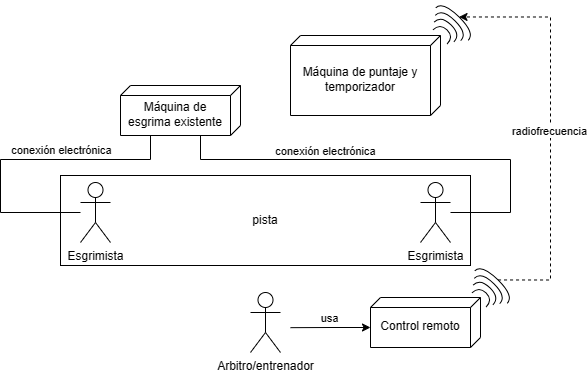
The draw.io diagram Design/Machine/representacion-maquina.png in Diego-Hiriart/Capstone_Hiriart-Corales-Samaniego, before a commit. Source tidied: cells renumbered, new cells last; positions are measured from the earlier drawing's top-left corner, leaving out a move shared by most shapes. Source of this version:
```xml
<mxGraphModel>
  <root>
    <mxCell id="0" />
    <mxCell id="1" parent="0" />
    <mxCell id="2" value="pista" style="rounded=0;whiteSpace=wrap;html=1;" parent="1" vertex="1">
      <mxGeometry x="60" y="178" width="410" height="90" as="geometry" />
    </mxCell>
    <mxCell id="3" value="Esgrimista" style="shape=umlActor;verticalLabelPosition=bottom;verticalAlign=top;html=1;" parent="1" vertex="1">
      <mxGeometry x="80" y="185" width="30" height="60" as="geometry" />
    </mxCell>
    <mxCell id="4" value="Esgrimista" style="shape=umlActor;verticalLabelPosition=bottom;verticalAlign=top;html=1;" parent="1" vertex="1">
      <mxGeometry x="420" y="185" width="30" height="60" as="geometry" />
    </mxCell>
    <mxCell id="5" value="Arbitro/entrenador" style="shape=umlActor;verticalLabelPosition=bottom;verticalAlign=top;html=1;" parent="1" vertex="1">
      <mxGeometry x="250" y="295" width="30" height="60" as="geometry" />
    </mxCell>
    <mxCell id="6" value="Máquina de puntaje y temporizador" style="verticalAlign=middle;align=center;spacingTop=8;spacingLeft=2;spacingRight=12;shape=cube;size=10;direction=south;fontStyle=0;html=1;whiteSpace=wrap;" parent="1" vertex="1">
      <mxGeometry x="290" y="38" width="150" height="80" as="geometry" />
    </mxCell>
    <mxCell id="7" style="edgeStyle=orthogonalEdgeStyle;rounded=0;jettySize=auto;html=1;exitX=0;exitY=0;exitDx=30;exitDy=110;exitPerimeter=0;startArrow=classic;startFill=1;endArrow=none;endFill=0;" parent="1" edge="1" source="9">
      <mxGeometry relative="1" as="geometry">
        <mxPoint x="290" y="330.2" as="targetPoint" />
      </mxGeometry>
    </mxCell>
    <mxCell id="8" value="usa" style="edgeLabel;html=1;align=center;verticalAlign=middle;" parent="7" vertex="1">
      <mxGeometry x="0.05" y="1" relative="1" as="geometry">
        <mxPoint y="-11" as="offset" />
      </mxGeometry>
    </mxCell>
    <mxCell id="9" value="Control remoto" style="verticalAlign=middle;align=center;spacingTop=8;spacingLeft=2;spacingRight=12;shape=cube;size=10;direction=south;fontStyle=0;html=1;whiteSpace=wrap;" parent="1" vertex="1">
      <mxGeometry x="370" y="300" width="110" height="50" as="geometry" />
    </mxCell>
    <mxCell id="10" style="edgeStyle=orthogonalEdgeStyle;rounded=0;jettySize=auto;html=1;exitX=0;exitY=0;exitDx=50;exitDy=65;exitPerimeter=0;endArrow=none;endFill=0;" parent="1" edge="1" source="14">
      <mxGeometry relative="1" as="geometry">
        <mxPoint x="450" y="215" as="targetPoint" />
        <Array as="points">
          <mxPoint x="200" y="138" />
          <mxPoint x="200" y="162" />
          <mxPoint x="510" y="162" />
          <mxPoint x="510" y="215" />
        </Array>
      </mxGeometry>
    </mxCell>
    <mxCell id="11" value="conexión electrónica" style="edgeLabel;html=1;align=center;verticalAlign=middle;" parent="10" vertex="1">
      <mxGeometry x="-0.27" relative="1" as="geometry">
        <mxPoint y="-8" as="offset" />
      </mxGeometry>
    </mxCell>
    <mxCell id="12" style="edgeStyle=orthogonalEdgeStyle;rounded=0;jettySize=auto;html=1;exitX=0;exitY=0;exitDx=50;exitDy=65;exitPerimeter=0;endArrow=none;endFill=0;" parent="1" edge="1" source="14">
      <mxGeometry relative="1" as="geometry">
        <mxPoint x="80" y="215" as="targetPoint" />
        <Array as="points">
          <mxPoint x="150" y="138" />
          <mxPoint x="150" y="162" />
          <mxPoint y="162" />
          <mxPoint y="215" />
        </Array>
      </mxGeometry>
    </mxCell>
    <mxCell id="13" value="conexión electrónica" style="edgeLabel;html=1;align=center;verticalAlign=middle;" parent="12" vertex="1">
      <mxGeometry x="0.1" y="-1" relative="1" as="geometry">
        <mxPoint x="44" y="-8" as="offset" />
      </mxGeometry>
    </mxCell>
    <mxCell id="14" value="Máquina de esgrima existente" style="verticalAlign=middle;align=center;spacingTop=8;spacingLeft=2;spacingRight=12;shape=cube;size=10;direction=south;fontStyle=0;html=1;whiteSpace=wrap;" parent="1" vertex="1">
      <mxGeometry x="120" y="88" width="120" height="50" as="geometry" />
    </mxCell>
    <mxCell id="15" style="group;rotation=45;" parent="1" vertex="1">
      <mxGeometry x="465" y="279" width="46" height="27" as="geometry" />
    </mxCell>
    <mxCell id="16" style="shape=requiredInterface;html=1;verticalLabelPosition=bottom;sketch=0;rotation=-45;" parent="15" vertex="1">
      <mxGeometry x="12" y="10" width="10" height="20" as="geometry" />
    </mxCell>
    <mxCell id="17" style="shape=requiredInterface;html=1;verticalLabelPosition=bottom;sketch=0;rotation=-45;" parent="15" vertex="1">
      <mxGeometry x="16" y="1" width="10" height="28" as="geometry" />
    </mxCell>
    <mxCell id="18" style="shape=requiredInterface;html=1;verticalLabelPosition=bottom;sketch=0;rotation=-45;" parent="15" vertex="1">
      <mxGeometry x="20" y="-7" width="10" height="36" as="geometry" />
    </mxCell>
    <mxCell id="19" style="shape=requiredInterface;html=1;verticalLabelPosition=bottom;sketch=0;rotation=-45;" parent="15" vertex="1">
      <mxGeometry x="24" y="-16" width="10" height="46" as="geometry" />
    </mxCell>
    <mxCell id="20" style="group;rotation=45;" parent="1" vertex="1">
      <mxGeometry x="426" y="16" width="46" height="27" as="geometry" />
    </mxCell>
    <mxCell id="21" style="shape=requiredInterface;html=1;verticalLabelPosition=bottom;sketch=0;rotation=-45;" parent="20" vertex="1">
      <mxGeometry x="12" y="10" width="10" height="20" as="geometry" />
    </mxCell>
    <mxCell id="22" style="shape=requiredInterface;html=1;verticalLabelPosition=bottom;sketch=0;rotation=-45;" parent="20" vertex="1">
      <mxGeometry x="16" y="1" width="10" height="28" as="geometry" />
    </mxCell>
    <mxCell id="23" style="shape=requiredInterface;html=1;verticalLabelPosition=bottom;sketch=0;rotation=-45;" parent="20" vertex="1">
      <mxGeometry x="20" y="-7" width="10" height="36" as="geometry" />
    </mxCell>
    <mxCell id="24" style="shape=requiredInterface;html=1;verticalLabelPosition=bottom;sketch=0;rotation=-45;" parent="20" vertex="1">
      <mxGeometry x="24" y="-16" width="10" height="46" as="geometry" />
    </mxCell>
    <mxCell id="25" style="edgeStyle=orthogonalEdgeStyle;rounded=0;jettySize=auto;html=1;exitX=1;exitY=0.5;exitDx=0;exitDy=0;exitPerimeter=0;entryX=1;entryY=0.5;entryDx=0;entryDy=0;entryPerimeter=0;dashed=1;" parent="1" edge="1" source="19" target="24">
      <mxGeometry relative="1" as="geometry">
        <Array as="points">
          <mxPoint x="550" y="283" />
          <mxPoint x="550" y="20" />
        </Array>
      </mxGeometry>
    </mxCell>
    <mxCell id="26" value="radiofrecuencia" style="edgeLabel;html=1;align=center;verticalAlign=middle;" parent="25" vertex="1">
      <mxGeometry x="-0.01" y="1" relative="1" as="geometry" />
    </mxCell>
  </root>
</mxGraphModel>
```
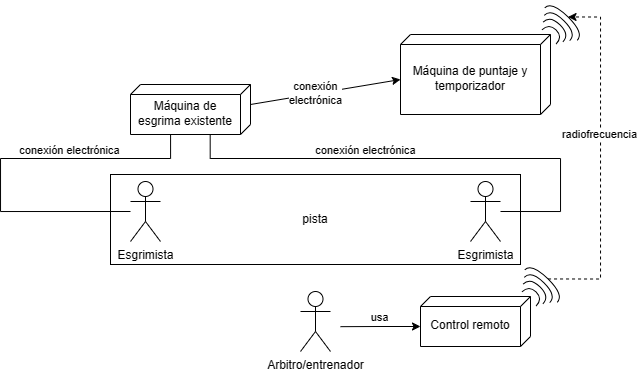
Later version of the same file.

Change to the diagram source:
```diff
@@ -15,7 +15,7 @@
       <mxGeometry x="250" y="295" width="30" height="60" as="geometry" />
     </mxCell>
     <mxCell id="6" value="Máquina de puntaje y temporizador" style="verticalAlign=middle;align=center;spacingTop=8;spacingLeft=2;spacingRight=12;shape=cube;size=10;direction=south;fontStyle=0;html=1;whiteSpace=wrap;" parent="1" vertex="1">
-      <mxGeometry x="290" y="38" width="150" height="80" as="geometry" />
+      <mxGeometry x="350" y="38" width="150" height="80" as="geometry" />
     </mxCell>
     <mxCell id="7" style="edgeStyle=orthogonalEdgeStyle;rounded=0;jettySize=auto;html=1;exitX=0;exitY=0;exitDx=30;exitDy=110;exitPerimeter=0;startArrow=classic;startFill=1;endArrow=none;endFill=0;" parent="1" edge="1" source="9">
       <mxGeometry relative="1" as="geometry">
@@ -30,12 +30,11 @@
     <mxCell id="9" value="Control remoto" style="verticalAlign=middle;align=center;spacingTop=8;spacingLeft=2;spacingRight=12;shape=cube;size=10;direction=south;fontStyle=0;html=1;whiteSpace=wrap;" parent="1" vertex="1">
       <mxGeometry x="370" y="300" width="110" height="50" as="geometry" />
     </mxCell>
-    <mxCell id="10" style="edgeStyle=orthogonalEdgeStyle;rounded=0;jettySize=auto;html=1;exitX=0;exitY=0;exitDx=50;exitDy=65;exitPerimeter=0;endArrow=none;endFill=0;" parent="1" edge="1" source="14">
+    <mxCell id="10" style="edgeStyle=orthogonalEdgeStyle;rounded=0;jettySize=auto;html=1;exitX=0.994;exitY=0.336;exitDx=0;exitDy=0;exitPerimeter=0;endArrow=none;endFill=0;" parent="1" edge="1" source="14">
       <mxGeometry relative="1" as="geometry">
         <mxPoint x="450" y="215" as="targetPoint" />
         <Array as="points">
-          <mxPoint x="200" y="138" />
-          <mxPoint x="200" y="162" />
+          <mxPoint x="160" y="162" />
           <mxPoint x="510" y="162" />
           <mxPoint x="510" y="215" />
         </Array>
@@ -46,24 +45,29 @@
         <mxPoint y="-8" as="offset" />
       </mxGeometry>
     </mxCell>
-    <mxCell id="12" style="edgeStyle=orthogonalEdgeStyle;rounded=0;jettySize=auto;html=1;exitX=0;exitY=0;exitDx=50;exitDy=65;exitPerimeter=0;endArrow=none;endFill=0;" parent="1" edge="1" source="14">
+    <mxCell id="12" style="edgeStyle=orthogonalEdgeStyle;rounded=0;jettySize=auto;html=1;exitX=0.995;exitY=0.666;exitDx=0;exitDy=0;exitPerimeter=0;endArrow=none;endFill=0;" parent="1" edge="1" source="14">
       <mxGeometry relative="1" as="geometry">
         <mxPoint x="80" y="215" as="targetPoint" />
         <Array as="points">
-          <mxPoint x="150" y="138" />
-          <mxPoint x="150" y="162" />
-          <mxPoint y="162" />
-          <mxPoint y="215" />
+          <mxPoint x="120" y="162" />
+          <mxPoint x="-50" y="162" />
+          <mxPoint x="-50" y="215" />
         </Array>
       </mxGeometry>
     </mxCell>
     <mxCell id="13" value="conexión electrónica" style="edgeLabel;html=1;align=center;verticalAlign=middle;" parent="12" vertex="1">
       <mxGeometry x="0.1" y="-1" relative="1" as="geometry">
-        <mxPoint x="44" y="-8" as="offset" />
+        <mxPoint x="70" y="-21" as="offset" />
       </mxGeometry>
     </mxCell>
+    <mxCell id="27" style="rounded=0;jettySize=auto;html=1;exitX=0;exitY=0;exitDx=20;exitDy=0;exitPerimeter=0;entryX=0;entryY=0;entryDx=45;entryDy=150;entryPerimeter=0;" parent="1" edge="1" source="14" target="6">
+      <mxGeometry relative="1" as="geometry" />
+    </mxCell>
+    <mxCell id="28" value="conexión &lt;br&gt;electrónica" style="edgeLabel;html=1;align=center;verticalAlign=middle;" parent="27" vertex="1">
+      <mxGeometry x="-0.14" relative="1" as="geometry" />
+    </mxCell>
     <mxCell id="14" value="Máquina de esgrima existente" style="verticalAlign=middle;align=center;spacingTop=8;spacingLeft=2;spacingRight=12;shape=cube;size=10;direction=south;fontStyle=0;html=1;whiteSpace=wrap;" parent="1" vertex="1">
-      <mxGeometry x="120" y="88" width="120" height="50" as="geometry" />
+      <mxGeometry x="80" y="88" width="120" height="50" as="geometry" />
     </mxCell>
     <mxCell id="15" style="group;rotation=45;" parent="1" vertex="1">
       <mxGeometry x="465" y="279" width="46" height="27" as="geometry" />
@@ -81,7 +85,7 @@
       <mxGeometry x="24" y="-16" width="10" height="46" as="geometry" />
     </mxCell>
     <mxCell id="20" style="group;rotation=45;" parent="1" vertex="1">
-      <mxGeometry x="426" y="16" width="46" height="27" as="geometry" />
+      <mxGeometry x="485" y="17" width="46" height="27" as="geometry" />
     </mxCell>
     <mxCell id="21" style="shape=requiredInterface;html=1;verticalLabelPosition=bottom;sketch=0;rotation=-45;" parent="20" vertex="1">
       <mxGeometry x="12" y="10" width="10" height="20" as="geometry" />
@@ -104,7 +108,9 @@
       </mxGeometry>
     </mxCell>
     <mxCell id="26" value="radiofrecuencia" style="edgeLabel;html=1;align=center;verticalAlign=middle;" parent="25" vertex="1">
-      <mxGeometry x="-0.01" y="1" relative="1" as="geometry" />
+      <mxGeometry x="-0.01" y="1" relative="1" as="geometry">
+        <mxPoint y="-25" as="offset" />
+      </mxGeometry>
     </mxCell>
   </root>
 </mxGraphModel>
```
